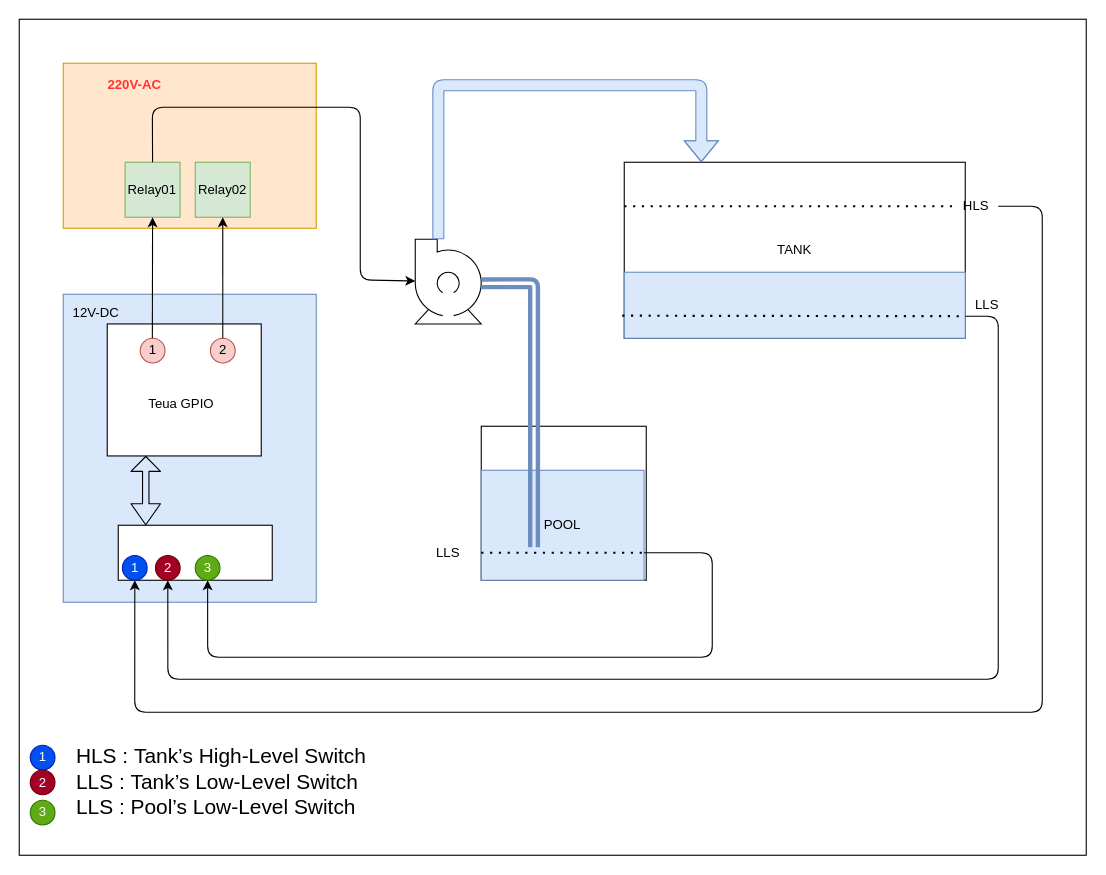
The draw.io diagram plc_Water_Pumping_System/Water_Pumping_System.drawio in letrthong/uhes_visual_programing_iot, before the edit. Source tidied: cells renumbered, new cells numbered last; positions are measured from the earlier drawing's top-left corner, leaving out a move shared by most shapes. Both pictures are drawn from the tidied source at 110%, with x=0, y=0 at pixel (19, 19).
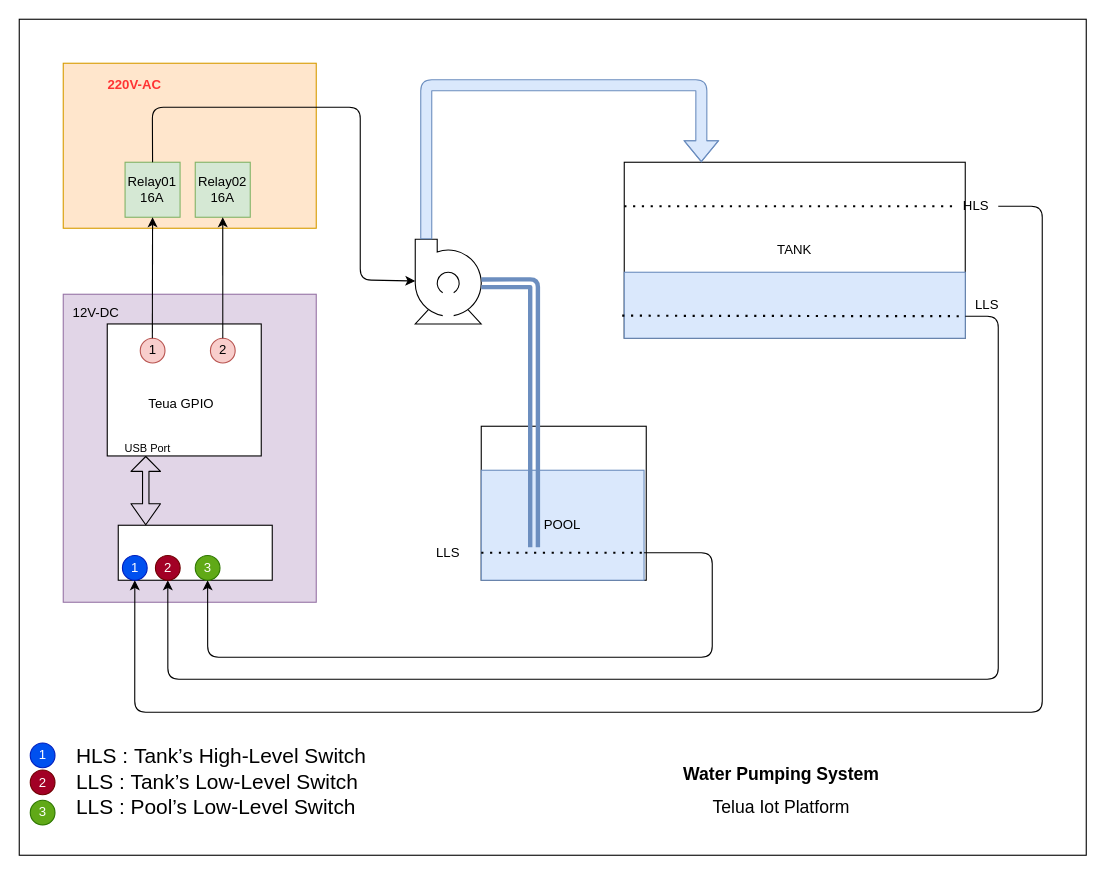
After the change.

Unchanged cells that the change refers to:
```xml
<mxCell id="3" value="TANK" style="rounded=0;whiteSpace=wrap;html=1;" parent="1" vertex="1">
  <mxGeometry x="550" y="130" width="310" height="160" as="geometry" />
</mxCell>
<mxCell id="4" style="shape=mxgraph.pid.pumps.centrifugal_pump_2;html=1;align=center;verticalLabelPosition=bottom;verticalAlign=top;dashed=0;" parent="1" vertex="1">
  <mxGeometry x="360" y="200" width="62" height="77" as="geometry" />
</mxCell>
```

Change to the diagram source:
```diff
@@
     <mxCell id="5" style="endArrow=classic;html=1;entryX=0.226;entryY=0;entryDx=0;entryDy=0;entryPerimeter=0;shape=flexArrow;fillColor=#dae8fc;strokeColor=#6c8ebf;edgeStyle=orthogonalEdgeStyle;" parent="1" edge="1" source="4" target="3">
       <mxGeometry relative="1" as="geometry">
         <Array as="points">
-          <mxPoint x="381" y="60" />
+          <mxPoint x="370" y="60" />
           <mxPoint x="620" y="60" />
         </Array>
       </mxGeometry>
     </mxCell>
@@
-    <mxCell id="11" style="rounded=0;whiteSpace=wrap;html=1;fillColor=#dae8fc;strokeColor=#6c8ebf;" parent="1" vertex="1">
+    <mxCell id="11" style="rounded=0;whiteSpace=wrap;html=1;fillColor=#e1d5e7;strokeColor=#9673a6;" parent="1" vertex="1">
       <mxGeometry x="40" y="250" width="230" height="280" as="geometry" />
     </mxCell>
@@
-    <mxCell id="29" value="Relay01" style="whiteSpace=wrap;html=1;fillColor=#d5e8d4;strokeColor=#82b366;" parent="1" vertex="1">
+    <mxCell id="29" value="Relay01&lt;br&gt;16A" style="whiteSpace=wrap;html=1;fillColor=#d5e8d4;strokeColor=#82b366;" parent="1" vertex="1">
       <mxGeometry x="96.2" y="130" width="50" height="50" as="geometry" />
     </mxCell>
-    <mxCell id="30" value="&lt;span&gt;Relay02&lt;/span&gt;" style="whiteSpace=wrap;html=1;fillColor=#d5e8d4;strokeColor=#82b366;" parent="1" vertex="1">
+    <mxCell id="30" value="&lt;span&gt;Relay02&lt;br&gt;16A&lt;br&gt;&lt;/span&gt;" style="whiteSpace=wrap;html=1;fillColor=#d5e8d4;strokeColor=#82b366;" parent="1" vertex="1">
       <mxGeometry x="160" y="130" width="50" height="50" as="geometry" />
     </mxCell>
@@
     <mxCell id="38" value="1" style="ellipse;whiteSpace=wrap;html=1;fillColor=#0050ef;strokeColor=#001DBC;fontColor=#ffffff;" parent="1" vertex="1">
-      <mxGeometry x="10" y="660" width="22.5" height="22.5" as="geometry" />
+      <mxGeometry x="10" y="658" width="22.5" height="22.5" as="geometry" />
     </mxCell>
@@
+    <mxCell id="41" value="&lt;h1 style=&quot;font-size: 16px&quot;&gt;&lt;font style=&quot;font-size: 16px&quot;&gt;Water Pumping System&lt;/font&gt;&lt;/h1&gt;&lt;div style=&quot;font-size: 16px&quot;&gt;&lt;font style=&quot;font-size: 16px&quot;&gt;Telua Iot Platform&lt;/font&gt;&lt;/div&gt;" style="text;html=1;strokeColor=none;fillColor=none;align=center;verticalAlign=middle;whiteSpace=wrap;rounded=0;" parent="1" vertex="1">
+      <mxGeometry x="470" y="668.8" width="446" height="55" as="geometry" />
+    </mxCell>
+    <mxCell id="42" value="&lt;font style=&quot;font-size: 10px&quot;&gt;USB Port&lt;/font&gt;" style="text;html=1;strokeColor=none;fillColor=none;align=center;verticalAlign=middle;whiteSpace=wrap;rounded=0;" parent="1" vertex="1">
+      <mxGeometry x="90" y="380" width="54" height="20" as="geometry" />
+    </mxCell>
```
